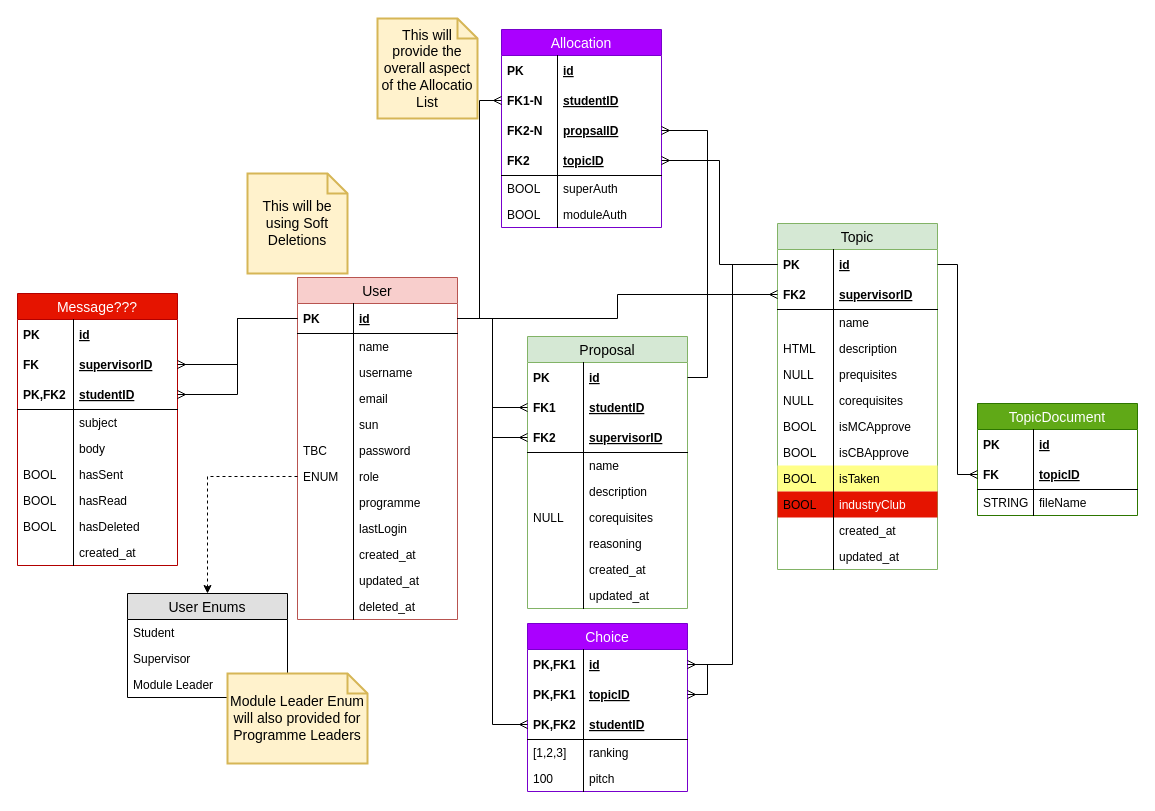
Earlier version of the draw.io diagram DB Diagram.drawio (kkgm13/fypallocsys). Source tidied: cells renumbered, new cells numbered last; positions are measured from the earlier drawing's top-left corner, leaving out a move shared by most shapes. Both pictures are drawn from the tidied source at 100%, with x=0, y=0 at pixel (17, 18).
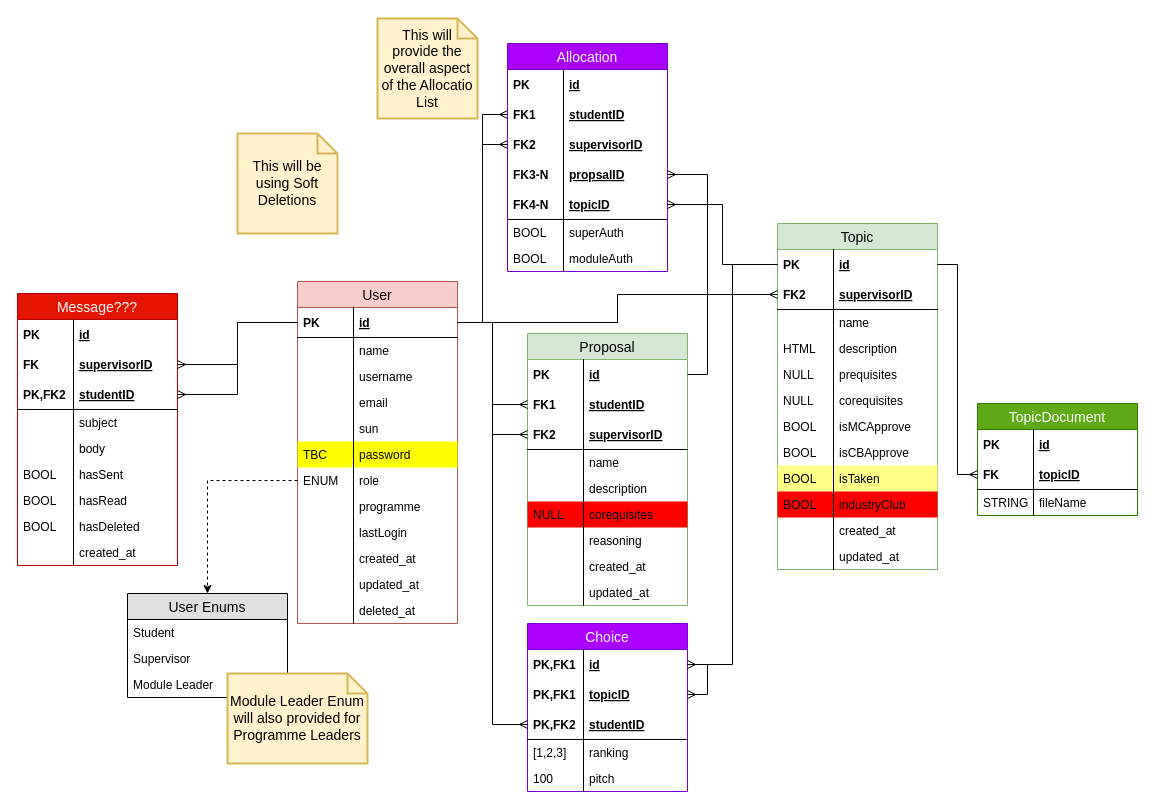
Above is the later version.

The change refers to these unchanged cells:
```xml
<mxCell id="3" value="id" style="shape=partialRectangle;top=0;left=0;right=0;bottom=1;align=left;verticalAlign=middle;fillColor=none;spacingLeft=60;spacingRight=4;overflow=hidden;points=[[0,0.5],[1,0.5]];portConstraint=eastwest;fontStyle=5;fontSize=12;" parent="2" vertex="1">
  <mxGeometry y="26" width="160" height="30" as="geometry" />
</mxCell>
<mxCell id="27" value="Topic" style="swimlane;fontStyle=0;horizontal=1;startSize=26;fillColor=#d5e8d4;swimlaneFillColor=#ffffff;align=center;fontSize=14;strokeColor=#82b366;" parent="1" vertex="1">
  <mxGeometry x="760" y="205" width="160" height="346" as="geometry" />
</mxCell>
```

Change to the diagram source:
```diff
@@
     <mxCell id="2" value="User" style="swimlane;fontStyle=0;horizontal=1;startSize=26;fillColor=#f8cecc;swimlaneFillColor=#ffffff;align=center;fontSize=14;strokeColor=#b85450;" parent="1" vertex="1">
-      <mxGeometry x="280" y="259" width="160" height="342" as="geometry" />
+      <mxGeometry x="280" y="263" width="160" height="342" as="geometry" />
     </mxCell>
@@
-    <mxCell id="13" value="password" style="shape=partialRectangle;top=0;left=0;right=0;bottom=0;align=left;verticalAlign=top;fillColor=none;spacingLeft=60;spacingRight=4;overflow=hidden;fontSize=12;" parent="2" vertex="1">
+    <mxCell id="13" value="password" style="shape=partialRectangle;top=0;left=0;right=0;bottom=0;align=left;verticalAlign=top;fillColor=#FFFF00;spacingLeft=60;spacingRight=4;overflow=hidden;fontSize=12;" parent="2" vertex="1">
       <mxGeometry y="160" width="160" height="26" as="geometry" />
     </mxCell>
@@
-    <mxCell id="46" value="industryClub" style="shape=partialRectangle;top=0;left=0;right=0;bottom=0;align=left;verticalAlign=top;fillColor=#e51400;spacingLeft=60;spacingRight=4;overflow=hidden;fontSize=12;strokeColor=#B20000;fontColor=#ffffff;" parent="27" vertex="1">
+    <mxCell id="46" value="industryClub" style="shape=partialRectangle;top=0;left=0;right=0;bottom=0;align=left;verticalAlign=top;spacingLeft=60;spacingRight=4;overflow=hidden;fontSize=12;fillColor=#FF0000;" parent="27" vertex="1">
       <mxGeometry y="268" width="160" height="26" as="geometry" />
     </mxCell>
@@
     <mxCell id="53" value="Allocation" style="swimlane;fontStyle=0;horizontal=1;startSize=26;fillColor=#aa00ff;swimlaneFillColor=#ffffff;align=center;fontSize=14;strokeColor=#7700CC;fontColor=#ffffff;" parent="1" vertex="1">
-      <mxGeometry x="484" y="11" width="160" height="198" as="geometry" />
+      <mxGeometry x="490" y="25" width="160" height="228" as="geometry" />
     </mxCell>
@@
+    <mxCell id="141" value="studentID" style="shape=partialRectangle;top=0;left=0;right=0;bottom=0;align=left;verticalAlign=middle;fillColor=none;spacingLeft=60;spacingRight=4;overflow=hidden;points=[[0,0.5],[1,0.5]];portConstraint=eastwest;fontStyle=5;fontSize=12;" parent="53" vertex="1">
+      <mxGeometry y="56" width="160" height="30" as="geometry" />
+    </mxCell>
+    <mxCell id="142" value="FK1" style="shape=partialRectangle;fontStyle=1;top=0;left=0;bottom=0;fillColor=none;align=left;verticalAlign=middle;spacingLeft=4;spacingRight=4;overflow=hidden;fontSize=12;" parent="141" vertex="1">
+      <mxGeometry width="56" height="30" as="geometry" />
+    </mxCell>
-    <mxCell id="56" value="studentID" style="shape=partialRectangle;top=0;left=0;right=0;bottom=0;align=left;verticalAlign=middle;fillColor=none;spacingLeft=60;spacingRight=4;overflow=hidden;points=[[0,0.5],[1,0.5]];portConstraint=eastwest;fontStyle=5;fontSize=12;" parent="53" vertex="1">
-      <mxGeometry y="56" width="160" height="30" as="geometry" />
+    <mxCell id="56" value="supervisorID" style="shape=partialRectangle;top=0;left=0;right=0;bottom=0;align=left;verticalAlign=middle;fillColor=none;spacingLeft=60;spacingRight=4;overflow=hidden;points=[[0,0.5],[1,0.5]];portConstraint=eastwest;fontStyle=5;fontSize=12;" parent="53" vertex="1">
+      <mxGeometry y="86" width="160" height="30" as="geometry" />
     </mxCell>
-    <mxCell id="57" value="FK1-N" style="shape=partialRectangle;fontStyle=1;top=0;left=0;bottom=0;fillColor=none;align=left;verticalAlign=middle;spacingLeft=4;spacingRight=4;overflow=hidden;fontSize=12;" parent="56" vertex="1">
+    <mxCell id="57" value="FK2" style="shape=partialRectangle;fontStyle=1;top=0;left=0;bottom=0;fillColor=none;align=left;verticalAlign=middle;spacingLeft=4;spacingRight=4;overflow=hidden;fontSize=12;" parent="56" vertex="1">
       <mxGeometry width="56" height="30" as="geometry" />
     </mxCell>
     <mxCell id="58" value="propsalID" style="shape=partialRectangle;top=0;left=0;right=0;bottom=0;align=left;verticalAlign=middle;fillColor=none;spacingLeft=60;spacingRight=4;overflow=hidden;points=[[0,0.5],[1,0.5]];portConstraint=eastwest;fontStyle=5;fontSize=12;" parent="53" vertex="1">
-      <mxGeometry y="86" width="160" height="30" as="geometry" />
+      <mxGeometry y="116" width="160" height="30" as="geometry" />
     </mxCell>
-    <mxCell id="59" value="FK2-N" style="shape=partialRectangle;fontStyle=1;top=0;left=0;bottom=0;fillColor=none;align=left;verticalAlign=middle;spacingLeft=4;spacingRight=4;overflow=hidden;fontSize=12;" parent="58" vertex="1">
+    <mxCell id="59" value="FK3-N" style="shape=partialRectangle;fontStyle=1;top=0;left=0;bottom=0;fillColor=none;align=left;verticalAlign=middle;spacingLeft=4;spacingRight=4;overflow=hidden;fontSize=12;" parent="58" vertex="1">
       <mxGeometry width="56" height="30" as="geometry" />
     </mxCell>
     <mxCell id="60" value="topicID" style="shape=partialRectangle;top=0;left=0;right=0;bottom=1;align=left;verticalAlign=middle;fillColor=none;spacingLeft=60;spacingRight=4;overflow=hidden;points=[[0,0.5],[1,0.5]];portConstraint=eastwest;fontStyle=5;fontSize=12;" parent="53" vertex="1">
-      <mxGeometry y="116" width="160" height="30" as="geometry" />
+      <mxGeometry y="146" width="160" height="30" as="geometry" />
     </mxCell>
-    <mxCell id="61" value="FK2" style="shape=partialRectangle;fontStyle=1;top=0;left=0;bottom=0;fillColor=none;align=left;verticalAlign=middle;spacingLeft=4;spacingRight=4;overflow=hidden;fontSize=12;" parent="60" vertex="1">
+    <mxCell id="61" value="FK4-N" style="shape=partialRectangle;fontStyle=1;top=0;left=0;bottom=0;fillColor=none;align=left;verticalAlign=middle;spacingLeft=4;spacingRight=4;overflow=hidden;fontSize=12;" parent="60" vertex="1">
       <mxGeometry width="56" height="30" as="geometry" />
     </mxCell>
     <mxCell id="62" value="superAuth" style="shape=partialRectangle;top=0;left=0;right=0;bottom=0;align=left;verticalAlign=top;fillColor=none;spacingLeft=60;spacingRight=4;overflow=hidden;fontSize=12;" parent="53" vertex="1">
-      <mxGeometry y="146" width="160" height="26" as="geometry" />
+      <mxGeometry y="176" width="160" height="26" as="geometry" />
     </mxCell>
@@
     <mxCell id="64" value="moduleAuth" style="shape=partialRectangle;top=0;left=0;right=0;bottom=0;align=left;verticalAlign=top;fillColor=none;spacingLeft=60;spacingRight=4;overflow=hidden;fontSize=12;" parent="53" vertex="1">
-      <mxGeometry y="172" width="160" height="26" as="geometry" />
+      <mxGeometry y="202" width="160" height="26" as="geometry" />
     </mxCell>
@@
     <mxCell id="68" value="Proposal" style="swimlane;fontStyle=0;horizontal=1;startSize=26;fillColor=#d5e8d4;swimlaneFillColor=#ffffff;align=center;fontSize=14;strokeColor=#82b366;" parent="1" vertex="1">
-      <mxGeometry x="510" y="318" width="160" height="272" as="geometry" />
+      <mxGeometry x="510" y="315" width="160" height="272" as="geometry" />
     </mxCell>
@@
-    <mxCell id="79" value="corequisites" style="shape=partialRectangle;top=0;left=0;right=0;bottom=0;align=left;verticalAlign=top;fillColor=none;spacingLeft=60;spacingRight=4;overflow=hidden;fontSize=12;" parent="68" vertex="1">
+    <mxCell id="79" value="corequisites" style="shape=partialRectangle;top=0;left=0;right=0;bottom=0;align=left;verticalAlign=top;fillColor=#FF0000;spacingLeft=60;spacingRight=4;overflow=hidden;fontSize=12;" parent="68" vertex="1">
       <mxGeometry y="168" width="160" height="26" as="geometry" />
     </mxCell>
@@
     <mxCell id="113" value="This will be using Soft Deletions" style="shape=note;strokeWidth=2;fontSize=14;size=20;whiteSpace=wrap;html=1;fillColor=#fff2cc;strokeColor=#d6b656;" parent="1" vertex="1">
-      <mxGeometry x="230" y="155" width="100" height="100" as="geometry" />
+      <mxGeometry x="220" y="115" width="100" height="100" as="geometry" />
     </mxCell>
@@
+    <mxCell id="143" style="edgeStyle=orthogonalEdgeStyle;rounded=0;jettySize=auto;html=1;exitX=1;exitY=0.5;exitDx=0;exitDy=0;entryX=0;entryY=0.5;entryDx=0;entryDy=0;endArrow=ERmany;endFill=0;" parent="1" edge="1" source="3" target="141">
+      <mxGeometry relative="1" as="geometry" />
+    </mxCell>
```
